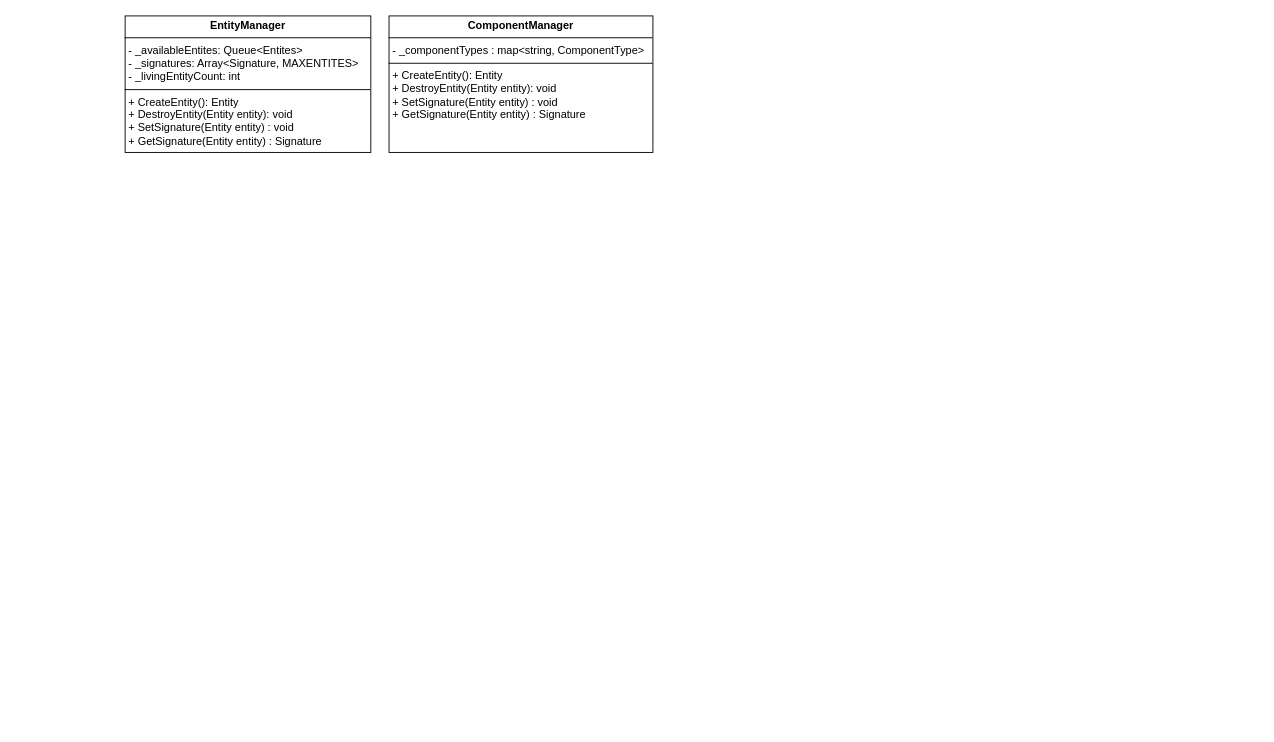
Above: Other/UML/ECS.drawio in SmallNightLight/ProjectMist (draw.io), before the change. Source tidied: cells renumbered, new cells numbered last; positions are measured from the earlier drawing's top-left corner, leaving out a move shared by most shapes. Both pictures are drawn from the tidied source at 91%, with x=0, y=0 at pixel (125, 15).
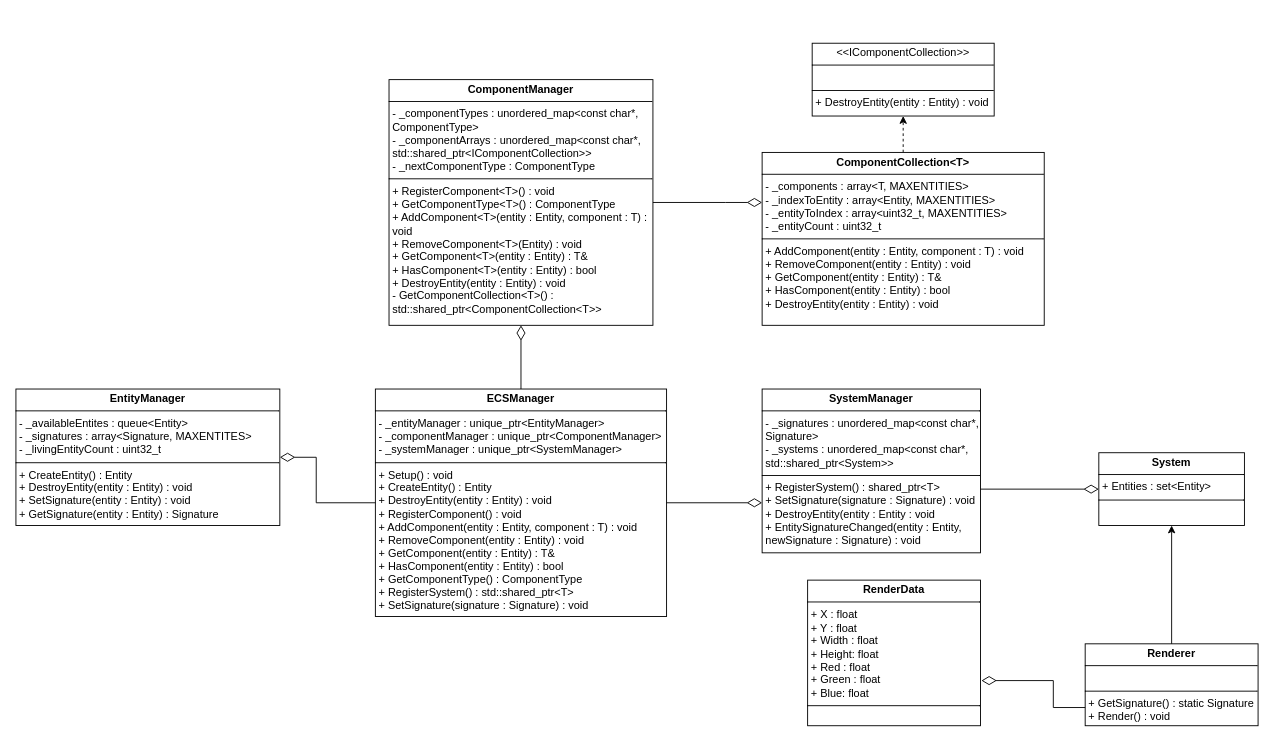
Above is the later version.

Commit message (it also covers changes not shown here):
UML diagram & Bug fixes

The edit, as a diff of the source:
```diff
@@
-    <mxCell id="2" value="&lt;p style=&quot;margin:0px;margin-top:4px;text-align:center;&quot;&gt;&lt;b&gt;EntityManager&lt;/b&gt;&lt;/p&gt;&lt;hr size=&quot;1&quot; style=&quot;border-style:solid;&quot;&gt;&lt;p style=&quot;margin:0px;margin-left:4px;&quot;&gt;- _availableEntites: Queue&amp;lt;Entites&amp;gt;&lt;/p&gt;&lt;p style=&quot;margin:0px;margin-left:4px;&quot;&gt;- _signatures: Array&amp;lt;Signature, MAXENTITES&amp;gt;&lt;/p&gt;&lt;p style=&quot;margin:0px;margin-left:4px;&quot;&gt;- _livingEntityCount: int&lt;/p&gt;&lt;hr size=&quot;1&quot; style=&quot;border-style:solid;&quot;&gt;&lt;p style=&quot;margin:0px;margin-left:4px;&quot;&gt;+ CreateEntity(): Entity&lt;/p&gt;&lt;p style=&quot;margin:0px;margin-left:4px;&quot;&gt;+ DestroyEntity(Entity entity): void&lt;/p&gt;&lt;p style=&quot;margin:0px;margin-left:4px;&quot;&gt;+ SetSignature(Entity entity) : void&lt;/p&gt;&lt;p style=&quot;margin:0px;margin-left:4px;&quot;&gt;+ GetSignature(Entity entity) : Signature&lt;/p&gt;" style="verticalAlign=top;align=left;overflow=fill;html=1;whiteSpace=wrap;" parent="1" vertex="1">
-      <mxGeometry width="270" height="150" as="geometry" />
+    <mxCell id="2" value="&lt;p style=&quot;margin:0px;margin-top:4px;text-align:center;&quot;&gt;&lt;b&gt;EntityManager&lt;/b&gt;&lt;/p&gt;&lt;hr size=&quot;1&quot; style=&quot;border-style:solid;&quot;&gt;&lt;p style=&quot;margin:0px;margin-left:4px;&quot;&gt;- _availableEntites : queue&amp;lt;Entity&amp;gt;&lt;/p&gt;&lt;p style=&quot;margin:0px;margin-left:4px;&quot;&gt;- _signatures : array&amp;lt;Signature, MAXENTITES&amp;gt;&lt;/p&gt;&lt;p style=&quot;margin:0px;margin-left:4px;&quot;&gt;- _livingEntityCount :&amp;nbsp;&lt;span style=&quot;background-color: initial;&quot;&gt;uint32_t&lt;/span&gt;&lt;/p&gt;&lt;hr size=&quot;1&quot; style=&quot;border-style:solid;&quot;&gt;&lt;p style=&quot;margin:0px;margin-left:4px;&quot;&gt;+ CreateEntity() : Entity&lt;/p&gt;&lt;p style=&quot;margin:0px;margin-left:4px;&quot;&gt;+ DestroyEntity(entity : Entity) : void&lt;/p&gt;&lt;p style=&quot;margin:0px;margin-left:4px;&quot;&gt;+ SetSignature(entity : Entity) : void&lt;/p&gt;&lt;p style=&quot;margin:0px;margin-left:4px;&quot;&gt;+ GetSignature(entity : Entity) : Signature&lt;/p&gt;" style="verticalAlign=top;align=left;overflow=fill;html=1;whiteSpace=wrap;" parent="1" vertex="1">
+      <mxGeometry x="-120" y="410" width="290" height="150" as="geometry" />
     </mxCell>
-    <mxCell id="3" value="&lt;p style=&quot;margin:0px;margin-top:4px;text-align:center;&quot;&gt;&lt;b&gt;ComponentManager&lt;/b&gt;&lt;/p&gt;&lt;hr size=&quot;1&quot; style=&quot;border-style:solid;&quot;&gt;&lt;p style=&quot;margin:0px;margin-left:4px;&quot;&gt;- _componentTypes : map&amp;lt;string, ComponentType&amp;gt;&lt;/p&gt;&lt;hr size=&quot;1&quot; style=&quot;border-style:solid;&quot;&gt;&lt;p style=&quot;margin:0px;margin-left:4px;&quot;&gt;+ CreateEntity(): Entity&lt;/p&gt;&lt;p style=&quot;margin:0px;margin-left:4px;&quot;&gt;+ DestroyEntity(Entity entity): void&lt;/p&gt;&lt;p style=&quot;margin:0px;margin-left:4px;&quot;&gt;+ SetSignature(Entity entity) : void&lt;/p&gt;&lt;p style=&quot;margin:0px;margin-left:4px;&quot;&gt;+ GetSignature(Entity entity) : Signature&lt;/p&gt;" style="verticalAlign=top;align=left;overflow=fill;html=1;whiteSpace=wrap;" parent="1" vertex="1">
-      <mxGeometry x="290" width="290" height="150" as="geometry" />
+    <mxCell id="3" value="&lt;p style=&quot;margin:0px;margin-top:4px;text-align:center;&quot;&gt;&lt;b&gt;ComponentManager&lt;/b&gt;&lt;/p&gt;&lt;hr size=&quot;1&quot; style=&quot;border-style:solid;&quot;&gt;&lt;p style=&quot;margin:0px;margin-left:4px;&quot;&gt;- _componentTypes : unordered_map&amp;lt;const char*, ComponentType&amp;gt;&lt;/p&gt;&lt;p style=&quot;margin:0px;margin-left:4px;&quot;&gt;- _componentArrays : unordered_map&amp;lt;const char*, std::shared_ptr&amp;lt;IComponentCollection&amp;gt;&amp;gt;&lt;/p&gt;&lt;p style=&quot;margin:0px;margin-left:4px;&quot;&gt;- _nextComponentType : ComponentType&lt;/p&gt;&lt;hr size=&quot;1&quot; style=&quot;border-style:solid;&quot;&gt;&lt;p style=&quot;margin:0px;margin-left:4px;&quot;&gt;+ RegisterComponent&amp;lt;T&amp;gt;() : void&lt;/p&gt;&lt;p style=&quot;margin:0px;margin-left:4px;&quot;&gt;+ GetComponentType&amp;lt;T&amp;gt;() : ComponentType&lt;/p&gt;&lt;p style=&quot;margin:0px;margin-left:4px;&quot;&gt;+ AddComponent&amp;lt;T&amp;gt;(entity : Entity, component : T) : void&lt;/p&gt;&lt;p style=&quot;margin:0px;margin-left:4px;&quot;&gt;+ RemoveComponent&amp;lt;T&amp;gt;(Entity) : void&lt;/p&gt;&lt;p style=&quot;margin:0px;margin-left:4px;&quot;&gt;+ GetComponent&amp;lt;T&amp;gt;(entity : Entity) : T&amp;amp;&lt;/p&gt;&lt;p style=&quot;margin:0px;margin-left:4px;&quot;&gt;+ HasComponent&amp;lt;T&amp;gt;(entity : Entity) : bool&lt;/p&gt;&lt;p style=&quot;margin:0px;margin-left:4px;&quot;&gt;+ DestroyEntity(entity : Entity) : void&lt;/p&gt;&lt;p style=&quot;margin:0px;margin-left:4px;&quot;&gt;- GetComponentCollection&amp;lt;T&amp;gt;() : std::shared_ptr&amp;lt;ComponentCollection&amp;lt;T&amp;gt;&amp;gt;&lt;/p&gt;" style="verticalAlign=top;align=left;overflow=fill;html=1;whiteSpace=wrap;" parent="1" vertex="1">
+      <mxGeometry x="290" y="70" width="290" height="270" as="geometry" />
     </mxCell>
+    <mxCell id="4" style="edgeStyle=orthogonalEdgeStyle;rounded=0;jettySize=auto;html=1;dashed=1;" parent="1" edge="1" source="5" target="6">
+      <mxGeometry relative="1" as="geometry" />
+    </mxCell>
+    <mxCell id="5" value="&lt;p style=&quot;margin:0px;margin-top:4px;text-align:center;&quot;&gt;&lt;b&gt;ComponentCollection&amp;lt;T&amp;gt;&lt;/b&gt;&lt;/p&gt;&lt;hr size=&quot;1&quot; style=&quot;border-style:solid;&quot;&gt;&lt;p style=&quot;margin:0px;margin-left:4px;&quot;&gt;- _components : array&amp;lt;T, MAXENTITIES&amp;gt;&lt;/p&gt;&lt;p style=&quot;margin:0px;margin-left:4px;&quot;&gt;- _indexToEntity : array&amp;lt;Entity, MAXENTITIES&amp;gt;&lt;/p&gt;&lt;p style=&quot;margin:0px;margin-left:4px;&quot;&gt;- _entityToIndex : array&amp;lt;uint32_t, MAXENTITIES&amp;gt;&lt;/p&gt;&lt;p style=&quot;margin:0px;margin-left:4px;&quot;&gt;- _entityCount : uint32_t&lt;/p&gt;&lt;hr size=&quot;1&quot; style=&quot;border-style:solid;&quot;&gt;&lt;p style=&quot;margin:0px;margin-left:4px;&quot;&gt;&lt;span style=&quot;background-color: initial;&quot;&gt;+ AddComponent(entity : Entity, component : T) : void&lt;/span&gt;&lt;br&gt;&lt;/p&gt;&lt;p style=&quot;margin:0px;margin-left:4px;&quot;&gt;+ RemoveComponent(entity : Entity) : void&lt;/p&gt;&lt;p style=&quot;margin:0px;margin-left:4px;&quot;&gt;+ GetComponent(entity : Entity) : T&amp;amp;&lt;/p&gt;&lt;p style=&quot;margin:0px;margin-left:4px;&quot;&gt;+ HasComponent(entity : Entity) : bool&lt;/p&gt;&lt;p style=&quot;margin:0px;margin-left:4px;&quot;&gt;+ DestroyEntity(entity : Entity) : void&lt;/p&gt;" style="verticalAlign=top;align=left;overflow=fill;html=1;whiteSpace=wrap;" parent="1" vertex="1">
+      <mxGeometry x="700" y="150" width="310" height="190" as="geometry" />
+    </mxCell>
+    <mxCell id="6" value="&lt;p style=&quot;margin:0px;margin-top:4px;text-align:center;&quot;&gt;&lt;i&gt;&amp;lt;&amp;lt;&lt;/i&gt;IComponentCollection&lt;i&gt;&amp;gt;&amp;gt;&lt;/i&gt;&lt;/p&gt;&lt;hr size=&quot;1&quot; style=&quot;border-style:solid;&quot;&gt;&lt;p style=&quot;margin:0px;margin-left:4px;&quot;&gt;&lt;br&gt;&lt;/p&gt;&lt;hr size=&quot;1&quot; style=&quot;border-style:solid;&quot;&gt;&lt;p style=&quot;margin:0px;margin-left:4px;&quot;&gt;&lt;span style=&quot;background-color: initial;&quot;&gt;+ DestroyEntity(entity : Entity) : void&lt;/span&gt;&lt;/p&gt;" style="verticalAlign=top;align=left;overflow=fill;html=1;whiteSpace=wrap;" parent="1" vertex="1">
+      <mxGeometry x="755" y="30" width="200" height="80" as="geometry" />
+    </mxCell>
+    <mxCell id="7" value="&lt;p style=&quot;margin:0px;margin-top:4px;text-align:center;&quot;&gt;&lt;b&gt;System&lt;/b&gt;&lt;/p&gt;&lt;hr size=&quot;1&quot; style=&quot;border-style:solid;&quot;&gt;&lt;p style=&quot;margin:0px;margin-left:4px;&quot;&gt;+ Entities : set&amp;lt;Entity&amp;gt;&lt;/p&gt;&lt;hr size=&quot;1&quot; style=&quot;border-style:solid;&quot;&gt;&lt;p style=&quot;margin:0px;margin-left:4px;&quot;&gt;&lt;br&gt;&lt;/p&gt;" style="verticalAlign=top;align=left;overflow=fill;html=1;whiteSpace=wrap;" parent="1" vertex="1">
+      <mxGeometry x="1070" y="480" width="160" height="80" as="geometry" />
+    </mxCell>
+    <mxCell id="8" value="&lt;p style=&quot;margin:0px;margin-top:4px;text-align:center;&quot;&gt;&lt;b&gt;SystemManager&lt;/b&gt;&lt;/p&gt;&lt;hr size=&quot;1&quot; style=&quot;border-style:solid;&quot;&gt;&lt;p style=&quot;margin:0px;margin-left:4px;&quot;&gt;- _signatures : unordered_map&amp;lt;const char*, Signature&amp;gt;&lt;br&gt;&lt;/p&gt;&lt;p style=&quot;margin:0px;margin-left:4px;&quot;&gt;- _systems : unordered_map&amp;lt;const char*, std::shared_ptr&amp;lt;System&amp;gt;&amp;gt;&lt;/p&gt;&lt;hr size=&quot;1&quot; style=&quot;border-style:solid;&quot;&gt;&lt;p style=&quot;margin:0px;margin-left:4px;&quot;&gt;+ RegisterSystem() : shared_ptr&amp;lt;T&amp;gt;&lt;/p&gt;&lt;p style=&quot;margin:0px;margin-left:4px;&quot;&gt;+ SetSignature(signature : Signature) : void&lt;/p&gt;&lt;p style=&quot;margin:0px;margin-left:4px;&quot;&gt;+ DestroyEntity(entity : Entity : void&lt;/p&gt;&lt;p style=&quot;margin:0px;margin-left:4px;&quot;&gt;+ EntitySignatureChanged(entity : Entity, newS&lt;span style=&quot;background-color: initial;&quot;&gt;ignature : Signature&lt;/span&gt;&lt;span style=&quot;background-color: initial;&quot;&gt;) : void&lt;/span&gt;&lt;/p&gt;" style="verticalAlign=top;align=left;overflow=fill;html=1;whiteSpace=wrap;" parent="1" vertex="1">
+      <mxGeometry x="700" y="410" width="240" height="180" as="geometry" />
+    </mxCell>
+    <mxCell id="9" value="&lt;p style=&quot;margin:0px;margin-top:4px;text-align:center;&quot;&gt;&lt;b&gt;ECSManager&lt;/b&gt;&lt;/p&gt;&lt;hr size=&quot;1&quot; style=&quot;border-style:solid;&quot;&gt;&lt;p style=&quot;margin:0px;margin-left:4px;&quot;&gt;- _entityManager : unique_ptr&amp;lt;EntityManager&amp;gt;&lt;br&gt;&lt;/p&gt;&lt;p style=&quot;margin:0px;margin-left:4px;&quot;&gt;- _componentManager : unique_ptr&amp;lt;ComponentManager&amp;gt;&lt;br&gt;&lt;/p&gt;&lt;p style=&quot;margin:0px;margin-left:4px;&quot;&gt;- _systemManager : unique_ptr&amp;lt;SystemManager&amp;gt;&lt;br&gt;&lt;/p&gt;&lt;hr size=&quot;1&quot; style=&quot;border-style:solid;&quot;&gt;&lt;p style=&quot;margin:0px;margin-left:4px;&quot;&gt;+ Setup() : void&lt;/p&gt;&lt;p style=&quot;margin:0px;margin-left:4px;&quot;&gt;+ CreateEntity() : Entity&lt;/p&gt;&lt;p style=&quot;margin:0px;margin-left:4px;&quot;&gt;+ DestroyEntity(entity : Entity) : void&lt;/p&gt;&lt;p style=&quot;margin:0px;margin-left:4px;&quot;&gt;+ RegisterComponent() : void&lt;/p&gt;&lt;p style=&quot;margin:0px;margin-left:4px;&quot;&gt;+ AddComponent(entity : Entity, component : T) : void&lt;/p&gt;&lt;p style=&quot;margin:0px;margin-left:4px;&quot;&gt;+ RemoveComponent(entity : Entity) : void&lt;/p&gt;&lt;p style=&quot;margin:0px;margin-left:4px;&quot;&gt;+ GetComponent(entity : Entity) : T&amp;amp;&lt;/p&gt;&lt;p style=&quot;margin:0px;margin-left:4px;&quot;&gt;+ HasComponent(entity : Entity) : bool&lt;/p&gt;&lt;p style=&quot;margin:0px;margin-left:4px;&quot;&gt;+ GetComponentType() : ComponentType&lt;/p&gt;&lt;p style=&quot;margin:0px;margin-left:4px;&quot;&gt;+ RegisterSystem() : std::shared_ptr&amp;lt;T&amp;gt;&lt;/p&gt;&lt;p style=&quot;margin:0px;margin-left:4px;&quot;&gt;+ SetSignature(signature : Signature) : void&lt;/p&gt;" style="verticalAlign=top;align=left;overflow=fill;html=1;whiteSpace=wrap;" parent="1" vertex="1">
+      <mxGeometry x="275" y="410" width="320" height="250" as="geometry" />
+    </mxCell>
+    <mxCell id="10" style="endArrow=none;html=1;endSize=12;startArrow=diamondThin;startSize=14;startFill=0;edgeStyle=orthogonalEdgeStyle;align=left;verticalAlign=bottom;rounded=0;endFill=0;entryX=1;entryY=0.5;entryDx=0;entryDy=0;" parent="1" edge="1" target="9">
+      <mxGeometry x="-0.15" relative="1" as="geometry">
+        <mxPoint x="700" y="535" as="sourcePoint" />
+        <Array as="points">
+          <mxPoint x="700" y="535" />
+        </Array>
+      </mxGeometry>
+    </mxCell>
+    <mxCell id="11" style="endArrow=none;html=1;endSize=12;startArrow=diamondThin;startSize=14;startFill=0;edgeStyle=orthogonalEdgeStyle;align=left;verticalAlign=bottom;rounded=0;exitX=0.5;exitY=1;exitDx=0;exitDy=0;endFill=0;" parent="1" edge="1" source="3" target="9">
+      <mxGeometry x="-0.15" relative="1" as="geometry" />
+    </mxCell>
+    <mxCell id="12" style="endArrow=none;html=1;endSize=12;startArrow=diamondThin;startSize=14;startFill=0;edgeStyle=orthogonalEdgeStyle;align=left;verticalAlign=bottom;rounded=0;endFill=0;exitX=1;exitY=0.5;exitDx=0;exitDy=0;" parent="1" edge="1" source="2" target="9">
+      <mxGeometry x="-0.15" relative="1" as="geometry">
+        <Array as="points">
+          <mxPoint x="210" y="485" />
+          <mxPoint x="210" y="535" />
+        </Array>
+      </mxGeometry>
+    </mxCell>
+    <mxCell id="13" style="endArrow=none;html=1;endSize=12;startArrow=diamondThin;startSize=14;startFill=0;edgeStyle=orthogonalEdgeStyle;align=left;verticalAlign=bottom;rounded=0;endFill=0;exitX=0;exitY=0.5;exitDx=0;exitDy=0;" parent="1" edge="1" source="7">
+      <mxGeometry x="-1" y="3" relative="1" as="geometry">
+        <mxPoint x="940" y="520" as="targetPoint" />
+        <Array as="points">
+          <mxPoint x="1070" y="520" />
+        </Array>
+      </mxGeometry>
+    </mxCell>
+    <mxCell id="14" style="endArrow=none;html=1;endSize=12;startArrow=diamondThin;startSize=14;startFill=0;edgeStyle=orthogonalEdgeStyle;align=left;verticalAlign=bottom;rounded=0;endFill=0;entryX=1;entryY=0.5;entryDx=0;entryDy=0;" parent="1" edge="1" target="3">
+      <mxGeometry x="-1" y="3" relative="1" as="geometry">
+        <mxPoint x="700" y="205" as="sourcePoint" />
+        <Array as="points">
+          <mxPoint x="660" y="205" />
+          <mxPoint x="660" y="205" />
+        </Array>
+      </mxGeometry>
+    </mxCell>
+    <mxCell id="15" value="&lt;p style=&quot;margin:0px;margin-top:4px;text-align:center;&quot;&gt;&lt;b&gt;Renderer&lt;/b&gt;&lt;/p&gt;&lt;hr size=&quot;1&quot; style=&quot;border-style:solid;&quot;&gt;&lt;p style=&quot;margin:0px;margin-left:4px;&quot;&gt;&lt;br&gt;&lt;/p&gt;&lt;hr size=&quot;1&quot; style=&quot;border-style:solid;&quot;&gt;&lt;p style=&quot;margin:0px;margin-left:4px;&quot;&gt;+ GetSignature() : static Signature&lt;/p&gt;&lt;p style=&quot;margin:0px;margin-left:4px;&quot;&gt;+ Render() : void&lt;/p&gt;" style="verticalAlign=top;align=left;overflow=fill;html=1;whiteSpace=wrap;" parent="1" vertex="1">
+      <mxGeometry x="1055" y="690" width="190" height="90" as="geometry" />
+    </mxCell>
+    <mxCell id="16" style="endArrow=classic;html=1;rounded=0;entryX=0.5;entryY=1;entryDx=0;entryDy=0;exitX=0.5;exitY=0;exitDx=0;exitDy=0;" parent="1" edge="1" source="15" target="7">
+      <mxGeometry relative="1" as="geometry" />
+    </mxCell>
+    <mxCell id="17" value="&lt;p style=&quot;margin:0px;margin-top:4px;text-align:center;&quot;&gt;&lt;b&gt;RenderData&lt;/b&gt;&lt;/p&gt;&lt;hr size=&quot;1&quot; style=&quot;border-style:solid;&quot;&gt;&lt;p style=&quot;margin:0px;margin-left:4px;&quot;&gt;+ X : float&lt;/p&gt;&lt;p style=&quot;margin:0px;margin-left:4px;&quot;&gt;+ Y : float&lt;/p&gt;&lt;p style=&quot;margin:0px;margin-left:4px;&quot;&gt;+ Width : float&lt;/p&gt;&lt;p style=&quot;margin:0px;margin-left:4px;&quot;&gt;+ Height: float&lt;/p&gt;&lt;p style=&quot;margin:0px;margin-left:4px;&quot;&gt;+ Red : float&lt;/p&gt;&lt;p style=&quot;margin:0px;margin-left:4px;&quot;&gt;+ Green : float&lt;/p&gt;&lt;p style=&quot;margin:0px;margin-left:4px;&quot;&gt;+ Blue: float&lt;/p&gt;&lt;hr size=&quot;1&quot; style=&quot;border-style:solid;&quot;&gt;&lt;p style=&quot;margin:0px;margin-left:4px;&quot;&gt;&lt;br&gt;&lt;/p&gt;" style="verticalAlign=top;align=left;overflow=fill;html=1;whiteSpace=wrap;" parent="1" vertex="1">
+      <mxGeometry x="750" y="620" width="190" height="160" as="geometry" />
+    </mxCell>
+    <mxCell id="18" style="endArrow=none;html=1;endSize=12;startArrow=diamondThin;startSize=14;startFill=0;edgeStyle=orthogonalEdgeStyle;align=left;verticalAlign=bottom;rounded=0;endFill=0;exitX=1.005;exitY=0.69;exitDx=0;exitDy=0;exitPerimeter=0;" parent="1" edge="1" source="17">
+      <mxGeometry x="-1" y="3" relative="1" as="geometry">
+        <mxPoint x="1055" y="760" as="targetPoint" />
+        <Array as="points">
+          <mxPoint x="1020" y="760" />
+        </Array>
+      </mxGeometry>
+    </mxCell>
```
